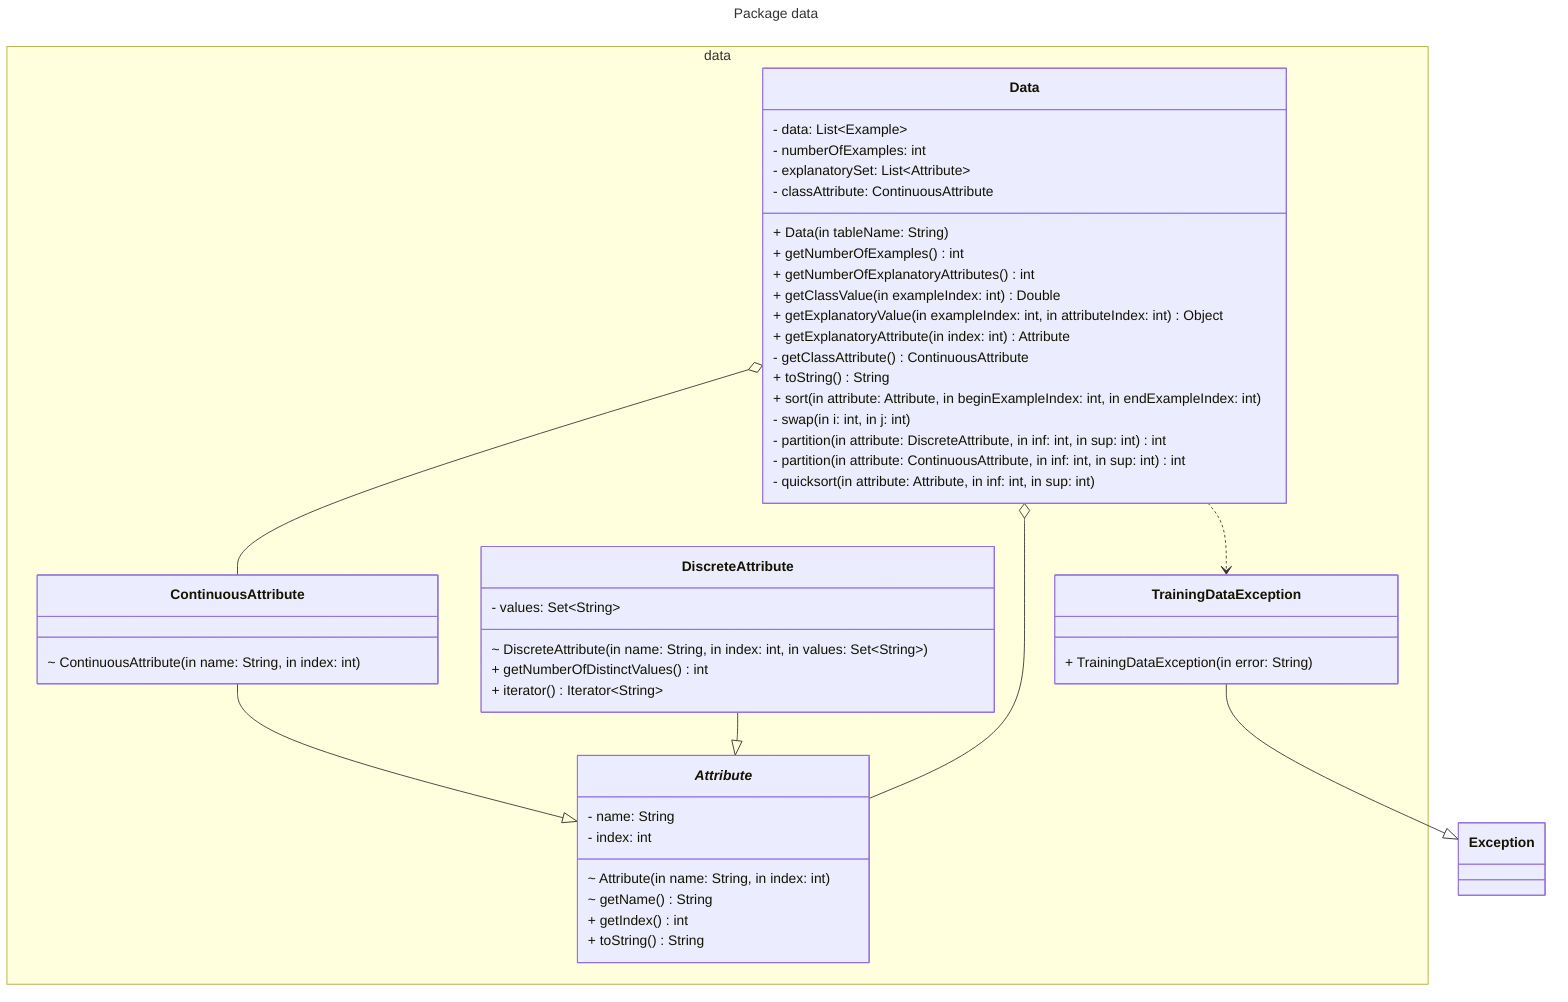
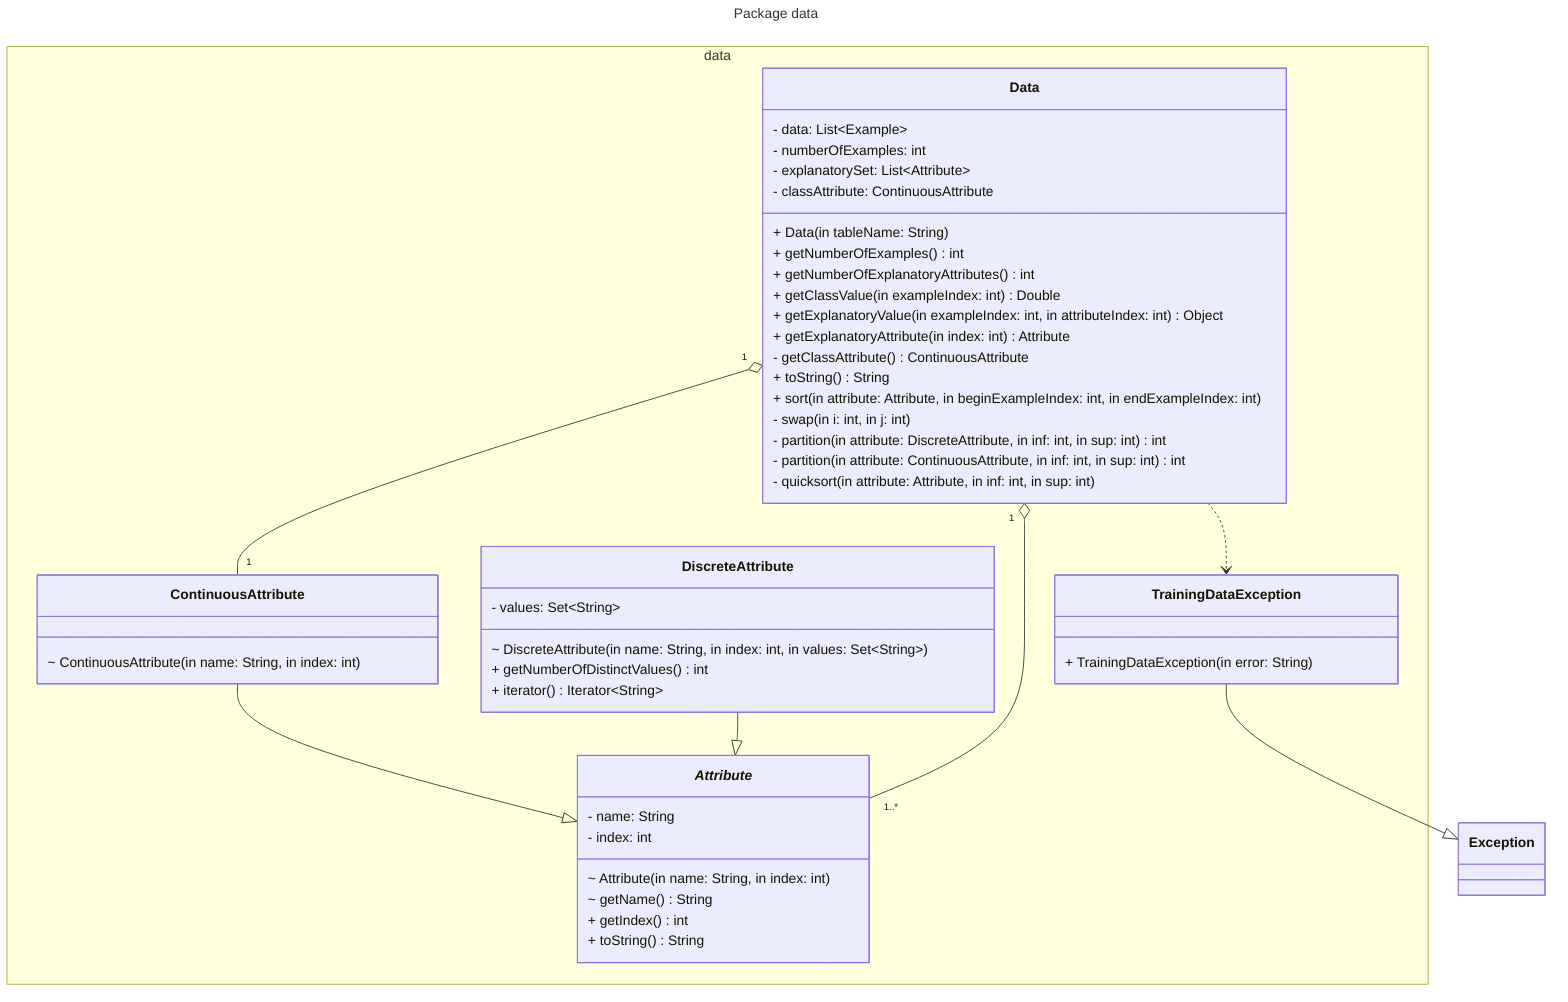
---
title: Package data
---

classDiagram
  namespace data {
    class Attribute
    class Data
    class ContinuousAttribute
    class DiscreteAttribute
    class TrainingDataException
  }

  class Attribute["<i>Attribute</i>"] {
    - name: String
    - index: int
    ~ Attribute(in name: String, in index: int)
    ~ getName() String
    + getIndex() int
    + toString() String
  }


  class ContinuousAttribute {
    ~ ContinuousAttribute(in name: String, in index: int)
  }


  class DiscreteAttribute {
     - values: Set~String~
     ~ DiscreteAttribute(in name: String, in index: int, in values: Set~String~)
     + getNumberOfDistinctValues() int
     + iterator() Iterator~String~
  }

  class TrainingDataException {
    + TrainingDataException(in error: String)
  }

  class Data {
    - data: List~Example~
    - numberOfExamples: int
    - explanatorySet: List~Attribute~
    - classAttribute: ContinuousAttribute
    + Data(in tableName: String)
    + getNumberOfExamples() int
    + getNumberOfExplanatoryAttributes() int
    + getClassValue(in exampleIndex: int) Double
    + getExplanatoryValue(in exampleIndex: int, in attributeIndex: int) Object
    + getExplanatoryAttribute(in index: int) Attribute
    - getClassAttribute() ContinuousAttribute
    + toString() String
    + sort(in attribute: Attribute, in beginExampleIndex: int, in endExampleIndex: int)
    - swap(in i: int, in j: int)
    - partition(in attribute: DiscreteAttribute, in inf: int, in sup: int) int
    - partition(in attribute: ContinuousAttribute, in inf: int, in sup: int) int
    - quicksort(in attribute: Attribute, in inf: int, in sup: int)
  }


  class Exception {
  }

  ContinuousAttribute --|> Attribute
  DiscreteAttribute --|> Attribute

-   Data o-- Attribute
-   Data o-- ContinuousAttribute
+   Data "1" o-- "1..*" Attribute
+   Data "1" o-- "1" ContinuousAttribute

  Data ..> TrainingDataException

  TrainingDataException --|> Exception

